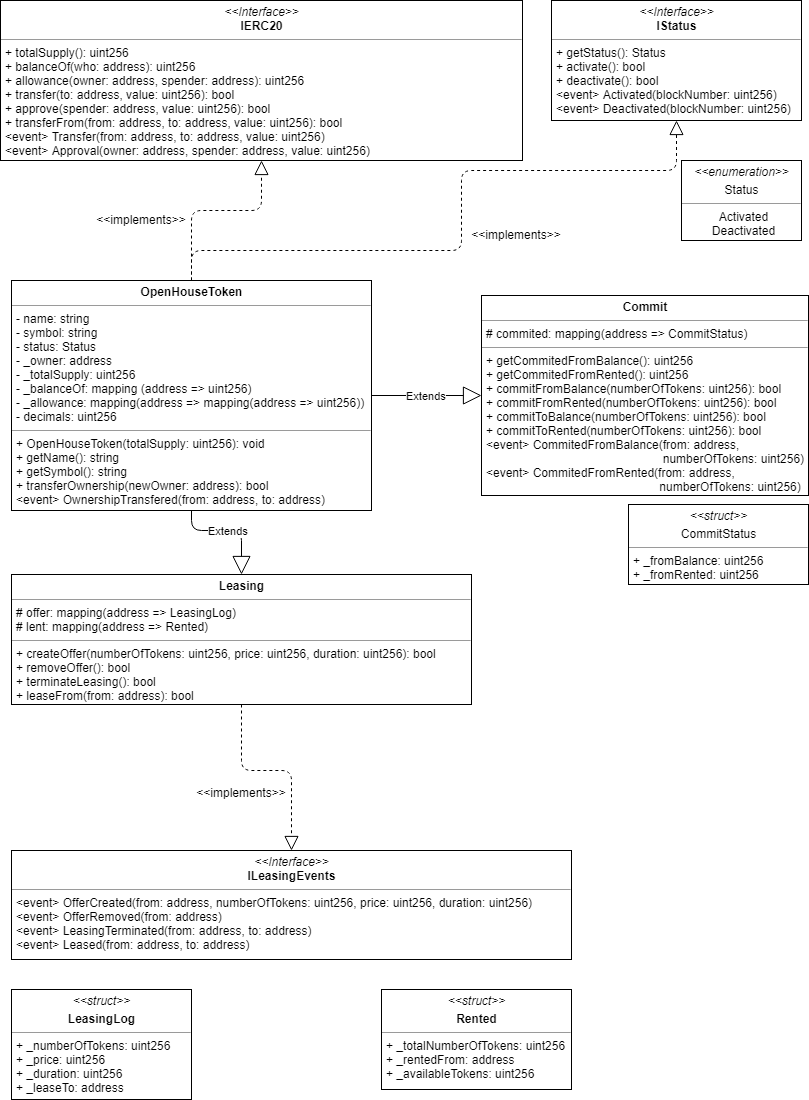
Above: uml/OpenHouseToken/OpenHouseToken.png in gkamtzir/Ethereum-ICO-Diploma-Thesis (draw.io), before the change. Source tidied: cells renumbered, new cells last; positions are measured from the earlier drawing's top-left corner, leaving out a move shared by most shapes.
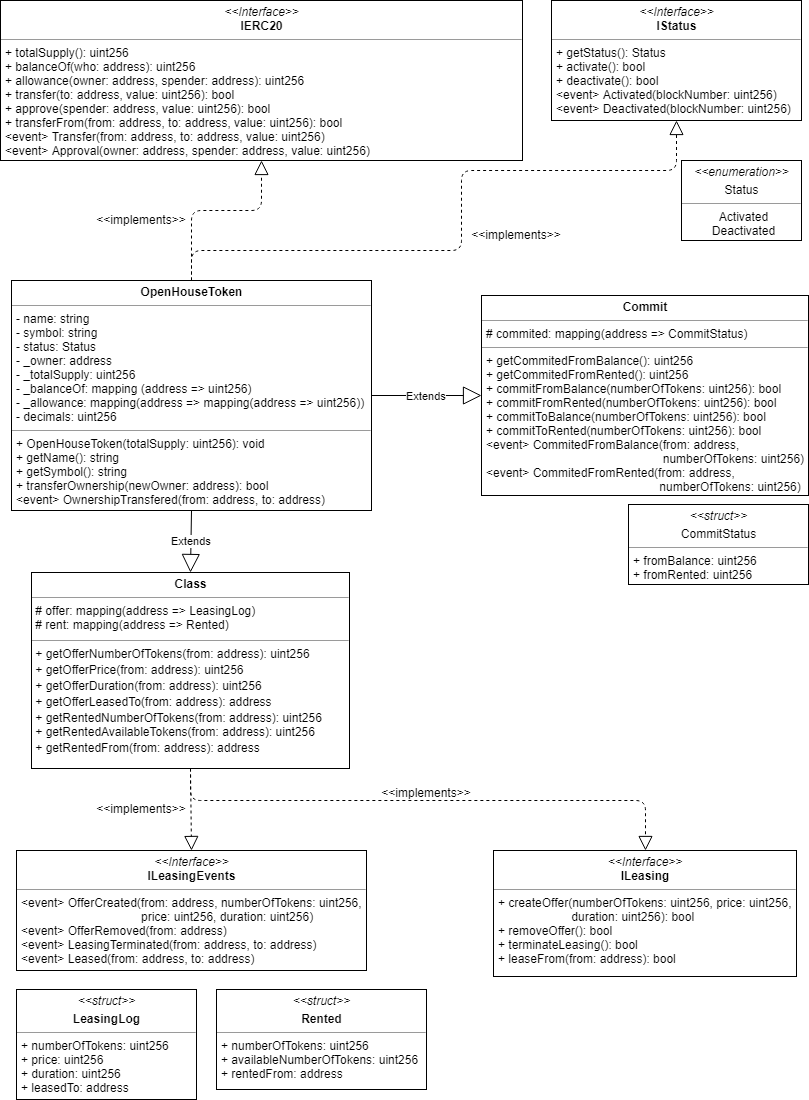
The same file after the commit.

Commit message:
Adjusted uml diagrams to the new standards.

Diff of the diagram source:
```diff
@@ -19,45 +19,26 @@
     <mxCell id="5" value="&lt;&lt;implements&gt;&gt;" style="text;align=center;fontStyle=0;verticalAlign=middle;spacingLeft=3;spacingRight=3;strokeColor=none;" parent="1" vertex="1">
       <mxGeometry x="101" y="207" width="80" height="26" as="geometry" />
     </mxCell>
-    <mxCell id="6" value="&lt;p style=&quot;margin: 0px ; margin-top: 4px ; text-align: center&quot;&gt;&lt;b&gt;Leasing&lt;/b&gt;&lt;/p&gt;&lt;hr size=&quot;1&quot;&gt;&lt;p style=&quot;margin: 0px ; margin-left: 4px&quot;&gt;# offer: mapping(address =&amp;gt; LeasingLog)&lt;/p&gt;&lt;p style=&quot;margin: 0px ; margin-left: 4px&quot;&gt;# lent: mapping(address =&amp;gt; Rented)&lt;/p&gt;&lt;hr size=&quot;1&quot;&gt;&lt;p style=&quot;margin: 0px ; margin-left: 4px&quot;&gt;+ createOffer(numberOfTokens: uint256, price: uint256, duration: uint256): bool&lt;/p&gt;&lt;p style=&quot;margin: 0px ; margin-left: 4px&quot;&gt;+ removeOffer(): bool&lt;/p&gt;&lt;p style=&quot;margin: 0px ; margin-left: 4px&quot;&gt;+ terminateLeasing(): bool&lt;/p&gt;&lt;p style=&quot;margin: 0px ; margin-left: 4px&quot;&gt;+ leaseFrom(from: address): bool&lt;/p&gt;" style="verticalAlign=top;align=left;overflow=fill;fontSize=12;fontFamily=Helvetica;html=1;" parent="1" vertex="1">
-      <mxGeometry x="11" y="574" width="460" height="130" as="geometry" />
-    </mxCell>
-    <mxCell id="7" value="&lt;p style=&quot;margin: 0px ; margin-top: 4px ; text-align: center&quot;&gt;&lt;i&gt;&amp;lt;&amp;lt;struct&amp;gt;&amp;gt;&lt;/i&gt;&lt;br&gt;&lt;/p&gt;&lt;p style=&quot;margin: 0px ; margin-top: 4px ; text-align: center&quot;&gt;&lt;b&gt;LeasingLog&lt;/b&gt;&lt;/p&gt;&lt;hr size=&quot;1&quot;&gt;&lt;p style=&quot;margin: 0px ; margin-left: 4px&quot;&gt;+ _numberOfTokens: uint256&lt;/p&gt;&lt;p style=&quot;margin: 0px ; margin-left: 4px&quot;&gt;+ _price: uint256&lt;/p&gt;&lt;p style=&quot;margin: 0px ; margin-left: 4px&quot;&gt;+ _duration: uint256&lt;/p&gt;&lt;p style=&quot;margin: 0px ; margin-left: 4px&quot;&gt;+ _leaseTo: address&lt;/p&gt;&lt;p style=&quot;margin: 0px ; margin-left: 4px&quot;&gt;&lt;br&gt;&lt;/p&gt;" style="verticalAlign=top;align=left;overflow=fill;fontSize=12;fontFamily=Helvetica;html=1;" parent="1" vertex="1">
-      <mxGeometry x="11" y="989" width="180" height="110" as="geometry" />
+    <mxCell id="7" value="&lt;p style=&quot;margin: 0px ; margin-top: 4px ; text-align: center&quot;&gt;&lt;i&gt;&amp;lt;&amp;lt;struct&amp;gt;&amp;gt;&lt;/i&gt;&lt;br&gt;&lt;/p&gt;&lt;p style=&quot;margin: 0px ; margin-top: 4px ; text-align: center&quot;&gt;&lt;b&gt;LeasingLog&lt;/b&gt;&lt;/p&gt;&lt;hr size=&quot;1&quot;&gt;&lt;p style=&quot;margin: 0px ; margin-left: 4px&quot;&gt;+ numberOfTokens: uint256&lt;/p&gt;&lt;p style=&quot;margin: 0px ; margin-left: 4px&quot;&gt;+ price: uint256&lt;/p&gt;&lt;p style=&quot;margin: 0px ; margin-left: 4px&quot;&gt;+ duration: uint256&lt;/p&gt;&lt;p style=&quot;margin: 0px ; margin-left: 4px&quot;&gt;+ leasedTo: address&lt;/p&gt;&lt;p style=&quot;margin: 0px ; margin-left: 4px&quot;&gt;&lt;br&gt;&lt;/p&gt;" style="verticalAlign=top;align=left;overflow=fill;fontSize=12;fontFamily=Helvetica;html=1;" parent="1" vertex="1">
+      <mxGeometry x="16" y="989" width="180" height="110" as="geometry" />
     </mxCell>
-    <mxCell id="8" value="Extends" style="endArrow=block;endSize=16;endFill=0;html=1;exitX=0.5;exitY=1;exitDx=0;exitDy=0;entryX=0.5;entryY=0;entryDx=0;entryDy=0;" parent="1" edge="1" source="2" target="6">
-      <mxGeometry relative="1" as="geometry">
-        <Array as="points">
-          <mxPoint x="191" y="530" />
-          <mxPoint x="241" y="530" />
-        </Array>
-      </mxGeometry>
-    </mxCell>
-    <mxCell id="9" value="&lt;p style=&quot;margin: 0px ; margin-top: 4px ; text-align: center&quot;&gt;&lt;i&gt;&amp;lt;&amp;lt;Interface&amp;gt;&amp;gt;&lt;/i&gt;&lt;br&gt;&lt;b&gt;ILeasingEvents&lt;/b&gt;&lt;/p&gt;&lt;hr size=&quot;1&quot;&gt;&lt;p style=&quot;margin: 0px ; margin-left: 4px&quot;&gt;&amp;lt;event&amp;gt; OfferCreated(from: address, numberOfTokens: uint256, price: uint256, duration: uint256)&lt;br&gt;&amp;lt;event&amp;gt; OfferRemoved(from: address)&lt;/p&gt;&lt;p style=&quot;margin: 0px ; margin-left: 4px&quot;&gt;&amp;lt;event&amp;gt; LeasingTerminated(from: address, to: address)&lt;/p&gt;&lt;p style=&quot;margin: 0px ; margin-left: 4px&quot;&gt;&amp;lt;event&amp;gt; Leased(from: address, to: address)&lt;/p&gt;" style="verticalAlign=top;align=left;overflow=fill;fontSize=12;fontFamily=Helvetica;html=1;" parent="1" vertex="1">
-      <mxGeometry x="11" y="850" width="560" height="109" as="geometry" />
+    <mxCell id="9" value="&lt;p style=&quot;margin: 0px ; margin-top: 4px ; text-align: center&quot;&gt;&lt;i&gt;&amp;lt;&amp;lt;Interface&amp;gt;&amp;gt;&lt;/i&gt;&lt;br&gt;&lt;b&gt;ILeasingEvents&lt;/b&gt;&lt;/p&gt;&lt;hr size=&quot;1&quot;&gt;&lt;p style=&quot;margin: 0px ; margin-left: 4px&quot;&gt;&amp;lt;event&amp;gt; OfferCreated(from: address, numberOfTokens: uint256,&lt;/p&gt;&lt;p style=&quot;margin: 0px ; margin-left: 4px&quot;&gt;&amp;nbsp; &amp;nbsp; &amp;nbsp; &amp;nbsp; &amp;nbsp; &amp;nbsp; &amp;nbsp; &amp;nbsp; &amp;nbsp; &amp;nbsp; &amp;nbsp; &amp;nbsp; &amp;nbsp; &amp;nbsp; &amp;nbsp; &amp;nbsp; &amp;nbsp; &amp;nbsp; price: uint256, duration: uint256)&lt;br&gt;&amp;lt;event&amp;gt; OfferRemoved(from: address)&lt;/p&gt;&lt;p style=&quot;margin: 0px ; margin-left: 4px&quot;&gt;&amp;lt;event&amp;gt; LeasingTerminated(from: address, to: address)&lt;/p&gt;&lt;p style=&quot;margin: 0px ; margin-left: 4px&quot;&gt;&amp;lt;event&amp;gt; Leased(from: address, to: address)&lt;/p&gt;" style="verticalAlign=top;align=left;overflow=fill;fontSize=12;fontFamily=Helvetica;html=1;" parent="1" vertex="1">
+      <mxGeometry x="16" y="850" width="350" height="120" as="geometry" />
     </mxCell>
-    <mxCell id="10" style="endArrow=block;dashed=1;endFill=0;endSize=12;html=1;exitX=0.5;exitY=1;exitDx=0;exitDy=0;entryX=0.5;entryY=0;entryDx=0;entryDy=0;" parent="1" edge="1" source="6" target="9">
-      <mxGeometry relative="1" as="geometry">
-        <Array as="points">
-          <mxPoint x="241" y="770" />
-          <mxPoint x="291" y="770" />
-        </Array>
-      </mxGeometry>
-    </mxCell>
     <mxCell id="11" value="&lt;p style=&quot;margin: 0px ; margin-top: 4px ; text-align: center&quot;&gt;&lt;b&gt;Commit&lt;/b&gt;&lt;/p&gt;&lt;hr size=&quot;1&quot;&gt;&lt;p style=&quot;margin: 0px ; margin-left: 4px&quot;&gt;# commited: mapping(address =&amp;gt; CommitStatus)&lt;/p&gt;&lt;hr size=&quot;1&quot;&gt;&lt;p style=&quot;margin: 0px ; margin-left: 4px&quot;&gt;+ getCommitedFromBalance(): uint256&lt;br&gt;&lt;/p&gt;&lt;p style=&quot;margin: 0px ; margin-left: 4px&quot;&gt;+ getCommitedFromRented(): uint256&lt;/p&gt;&lt;p style=&quot;margin: 0px ; margin-left: 4px&quot;&gt;+ commitFromBalance(numberOfTokens: uint256): bool&lt;/p&gt;&lt;p style=&quot;margin: 0px ; margin-left: 4px&quot;&gt;+ commitFromRented(numberOfTokens: uint256): bool&lt;/p&gt;&lt;p style=&quot;margin: 0px ; margin-left: 4px&quot;&gt;+ commitToBalance(numberOfTokens: uint256): bool&lt;/p&gt;&lt;p style=&quot;margin: 0px ; margin-left: 4px&quot;&gt;+ commitToRented(numberOfTokens: uint256): bool&lt;/p&gt;&lt;p style=&quot;margin: 0px ; margin-left: 4px&quot;&gt;&amp;lt;event&amp;gt; CommitedFromBalance(from: address,&amp;nbsp;&lt;/p&gt;&lt;p style=&quot;margin: 0px ; margin-left: 4px&quot;&gt;&amp;nbsp; &amp;nbsp; &amp;nbsp; &amp;nbsp; &amp;nbsp; &amp;nbsp; &amp;nbsp; &amp;nbsp; &amp;nbsp; &amp;nbsp; &amp;nbsp; &amp;nbsp; &amp;nbsp; &amp;nbsp; &amp;nbsp; &amp;nbsp; &amp;nbsp; &amp;nbsp; &amp;nbsp; &amp;nbsp; &amp;nbsp; &amp;nbsp; &amp;nbsp; &amp;nbsp; &amp;nbsp; &amp;nbsp; &amp;nbsp;numberOfTokens: uint256)&lt;/p&gt;&lt;p style=&quot;margin: 0px ; margin-left: 4px&quot;&gt;&amp;lt;event&amp;gt; CommitedFromRented(from: address,&lt;br&gt;&amp;nbsp; &amp;nbsp; &amp;nbsp; &amp;nbsp; &amp;nbsp; &amp;nbsp; &amp;nbsp; &amp;nbsp; &amp;nbsp; &amp;nbsp; &amp;nbsp; &amp;nbsp; &amp;nbsp; &amp;nbsp; &amp;nbsp; &amp;nbsp; &amp;nbsp; &amp;nbsp; &amp;nbsp; &amp;nbsp; &amp;nbsp; &amp;nbsp; &amp;nbsp; &amp;nbsp; &amp;nbsp; &amp;nbsp; numberOfTokens: uint256)&lt;/p&gt;" style="verticalAlign=top;align=left;overflow=fill;fontSize=12;fontFamily=Helvetica;html=1;" parent="1" vertex="1">
       <mxGeometry x="481" y="295" width="327" height="200" as="geometry" />
     </mxCell>
-    <mxCell id="12" value="&lt;p style=&quot;margin: 0px ; margin-top: 4px ; text-align: center&quot;&gt;&lt;i&gt;&amp;lt;&amp;lt;struct&amp;gt;&amp;gt;&lt;/i&gt;&lt;br&gt;&lt;/p&gt;&lt;p style=&quot;margin: 0px ; margin-top: 4px ; text-align: center&quot;&gt;&lt;span&gt;CommitStatus&lt;/span&gt;&lt;br&gt;&lt;/p&gt;&lt;hr size=&quot;1&quot;&gt;&lt;p style=&quot;margin: 0px ; margin-left: 4px&quot;&gt;+ _fromBalance: uint256&lt;/p&gt;&lt;p style=&quot;margin: 0px ; margin-left: 4px&quot;&gt;+ _fromRented: uint256&lt;/p&gt;&lt;p style=&quot;margin: 0px ; margin-left: 4px&quot;&gt;&lt;br&gt;&lt;/p&gt;" style="verticalAlign=top;align=left;overflow=fill;fontSize=12;fontFamily=Helvetica;html=1;" parent="1" vertex="1">
+    <mxCell id="12" value="&lt;p style=&quot;margin: 0px ; margin-top: 4px ; text-align: center&quot;&gt;&lt;i&gt;&amp;lt;&amp;lt;struct&amp;gt;&amp;gt;&lt;/i&gt;&lt;br&gt;&lt;/p&gt;&lt;p style=&quot;margin: 0px ; margin-top: 4px ; text-align: center&quot;&gt;&lt;span&gt;CommitStatus&lt;/span&gt;&lt;br&gt;&lt;/p&gt;&lt;hr size=&quot;1&quot;&gt;&lt;p style=&quot;margin: 0px ; margin-left: 4px&quot;&gt;+ fromBalance: uint256&lt;/p&gt;&lt;p style=&quot;margin: 0px ; margin-left: 4px&quot;&gt;+ fromRented: uint256&lt;/p&gt;&lt;p style=&quot;margin: 0px ; margin-left: 4px&quot;&gt;&lt;br&gt;&lt;/p&gt;" style="verticalAlign=top;align=left;overflow=fill;fontSize=12;fontFamily=Helvetica;html=1;" parent="1" vertex="1">
       <mxGeometry x="628" y="504" width="180" height="80" as="geometry" />
     </mxCell>
-    <mxCell id="13" value="&lt;p style=&quot;margin: 0px ; margin-top: 4px ; text-align: center&quot;&gt;&lt;i&gt;&amp;lt;&amp;lt;struct&amp;gt;&amp;gt;&lt;/i&gt;&lt;br&gt;&lt;/p&gt;&lt;p style=&quot;margin: 0px ; margin-top: 4px ; text-align: center&quot;&gt;&lt;b&gt;Rented&lt;/b&gt;&lt;/p&gt;&lt;hr size=&quot;1&quot;&gt;&lt;p style=&quot;margin: 0px ; margin-left: 4px&quot;&gt;+ _totalNumberOfTokens: uint256&lt;/p&gt;&lt;p style=&quot;margin: 0px ; margin-left: 4px&quot;&gt;+ _rentedFrom: address&lt;/p&gt;&lt;p style=&quot;margin: 0px ; margin-left: 4px&quot;&gt;+ _availableTokens: uint256&lt;/p&gt;&lt;p style=&quot;margin: 0px ; margin-left: 4px&quot;&gt;&lt;br&gt;&lt;/p&gt;" style="verticalAlign=top;align=left;overflow=fill;fontSize=12;fontFamily=Helvetica;html=1;" parent="1" vertex="1">
-      <mxGeometry x="381" y="989" width="190" height="100" as="geometry" />
+    <mxCell id="13" value="&lt;p style=&quot;margin: 0px ; margin-top: 4px ; text-align: center&quot;&gt;&lt;i&gt;&amp;lt;&amp;lt;struct&amp;gt;&amp;gt;&lt;/i&gt;&lt;br&gt;&lt;/p&gt;&lt;p style=&quot;margin: 0px ; margin-top: 4px ; text-align: center&quot;&gt;&lt;b&gt;Rented&lt;/b&gt;&lt;/p&gt;&lt;hr size=&quot;1&quot;&gt;&lt;p style=&quot;margin: 0px ; margin-left: 4px&quot;&gt;+ numberOfTokens: uint256&lt;/p&gt;&lt;p style=&quot;margin: 0px ; margin-left: 4px&quot;&gt;+ availableNumberOfTokens: uint256&lt;/p&gt;&lt;p style=&quot;margin: 0px ; margin-left: 4px&quot;&gt;+ rentedFrom: address&lt;/p&gt;&lt;p style=&quot;margin: 0px ; margin-left: 4px&quot;&gt;&lt;br&gt;&lt;/p&gt;" style="verticalAlign=top;align=left;overflow=fill;fontSize=12;fontFamily=Helvetica;html=1;" parent="1" vertex="1">
+      <mxGeometry x="216" y="989" width="210" height="100" as="geometry" />
     </mxCell>
     <mxCell id="14" value="Extends" style="endArrow=block;endSize=16;endFill=0;html=1;exitX=1;exitY=0.5;exitDx=0;exitDy=0;entryX=0;entryY=0.5;entryDx=0;entryDy=0;" parent="1" edge="1" source="2" target="11">
       <mxGeometry relative="1" as="geometry" />
     </mxCell>
     <mxCell id="15" value="&lt;&lt;implements&gt;&gt;" style="text;align=center;fontStyle=0;verticalAlign=middle;spacingLeft=3;spacingRight=3;strokeColor=none;" parent="1" vertex="1">
-      <mxGeometry x="201" y="780" width="80" height="26" as="geometry" />
+      <mxGeometry x="101" y="796" width="80" height="26" as="geometry" />
     </mxCell>
     <mxCell id="16" value="&lt;p style=&quot;margin: 0px ; margin-top: 4px ; text-align: center&quot;&gt;&lt;i&gt;&amp;lt;&amp;lt;Interface&amp;gt;&amp;gt;&lt;/i&gt;&lt;br&gt;&lt;b&gt;IStatus&lt;/b&gt;&lt;/p&gt;&lt;hr size=&quot;1&quot;&gt;&lt;p style=&quot;margin: 0px ; margin-left: 4px&quot;&gt;+ getStatus(): Status&lt;br&gt;+ activate(): bool&lt;/p&gt;&lt;p style=&quot;margin: 0px ; margin-left: 4px&quot;&gt;+ deactivate(): bool&lt;/p&gt;&lt;p style=&quot;margin: 0px ; margin-left: 4px&quot;&gt;&amp;lt;event&amp;gt; Activated(blockNumber: uint256)&lt;/p&gt;&lt;p style=&quot;margin: 0px ; margin-left: 4px&quot;&gt;&amp;lt;event&amp;gt; Deactivated(blockNumber: uint256)&lt;/p&gt;" style="verticalAlign=top;align=left;overflow=fill;fontSize=12;fontFamily=Helvetica;html=1;" parent="1" vertex="1">
       <mxGeometry x="551" width="250" height="120" as="geometry" />
@@ -78,5 +59,28 @@
     <mxCell id="19" value="&lt;&lt;implements&gt;&gt;" style="text;align=center;fontStyle=0;verticalAlign=middle;spacingLeft=3;spacingRight=3;strokeColor=none;" parent="1" vertex="1">
       <mxGeometry x="476" y="222" width="80" height="26" as="geometry" />
     </mxCell>
+    <mxCell id="20" value="&lt;p style=&quot;margin: 0px ; margin-top: 4px ; text-align: center&quot;&gt;&lt;i&gt;&amp;lt;&amp;lt;Interface&amp;gt;&amp;gt;&lt;/i&gt;&lt;br&gt;&lt;b&gt;ILeasing&lt;/b&gt;&lt;/p&gt;&lt;hr size=&quot;1&quot;&gt;&lt;p style=&quot;margin: 0px ; margin-left: 4px&quot;&gt;+ createOffer(numberOfTokens: uint256, price: uint256,&amp;nbsp;&lt;/p&gt;&lt;p style=&quot;margin: 0px ; margin-left: 4px&quot;&gt;&amp;nbsp; &amp;nbsp; &amp;nbsp; &amp;nbsp; &amp;nbsp; &amp;nbsp; &amp;nbsp; &amp;nbsp; &amp;nbsp; &amp;nbsp; &amp;nbsp; duration: uint256): bool&lt;br&gt;&lt;/p&gt;&lt;p style=&quot;margin: 0px ; margin-left: 4px&quot;&gt;+ removeOffer(): bool&lt;br&gt;&lt;/p&gt;&lt;p style=&quot;margin: 0px ; margin-left: 4px&quot;&gt;+ terminateLeasing(): bool&lt;br&gt;&lt;/p&gt;&lt;p style=&quot;margin: 0px ; margin-left: 4px&quot;&gt;+ leaseFrom(from: address): bool&lt;br&gt;&lt;/p&gt;" style="verticalAlign=top;align=left;overflow=fill;fontSize=12;fontFamily=Helvetica;html=1;" parent="1" vertex="1">
+      <mxGeometry x="493" y="850" width="303" height="126" as="geometry" />
+    </mxCell>
+    <mxCell id="21" value="&lt;&lt;implements&gt;&gt;" style="text;align=center;fontStyle=0;verticalAlign=middle;spacingLeft=3;spacingRight=3;strokeColor=none;" parent="1" vertex="1">
+      <mxGeometry x="386" y="780" width="80" height="26" as="geometry" />
+    </mxCell>
+    <mxCell id="22" value="&lt;p style=&quot;margin: 0px ; margin-top: 4px ; text-align: center&quot;&gt;&lt;b&gt;Class&lt;/b&gt;&lt;/p&gt;&lt;hr size=&quot;1&quot;&gt;&amp;nbsp;# offer: mapping(address =&amp;gt; LeasingLog)&lt;br&gt;&amp;nbsp;# rent: mapping(address =&amp;gt; Rented)&lt;br&gt;&lt;div style=&quot;height: 2px&quot;&gt;&lt;br&gt;&lt;/div&gt;&lt;hr size=&quot;1&quot;&gt;&lt;div style=&quot;height: 2px&quot;&gt;&amp;nbsp;+ getOfferNumberOfTokens(from: address): uint256&lt;/div&gt;&lt;div style=&quot;height: 2px&quot;&gt;&lt;br&gt;&lt;/div&gt;&lt;div style=&quot;height: 2px&quot;&gt;&lt;br&gt;&lt;/div&gt;&lt;div style=&quot;height: 2px&quot;&gt;&lt;br&gt;&lt;/div&gt;&lt;div style=&quot;height: 2px&quot;&gt;&lt;br&gt;&lt;/div&gt;&lt;div style=&quot;height: 2px&quot;&gt;&lt;br&gt;&lt;/div&gt;&lt;div style=&quot;height: 2px&quot;&gt;&lt;br&gt;&lt;/div&gt;&lt;div style=&quot;height: 2px&quot;&gt;&lt;br&gt;&lt;/div&gt;&lt;div style=&quot;height: 2px&quot;&gt;&amp;nbsp;+ getOfferPrice(from: address): uint256&lt;/div&gt;&lt;div style=&quot;height: 2px&quot;&gt;&lt;br&gt;&lt;/div&gt;&lt;div style=&quot;height: 2px&quot;&gt;&lt;br&gt;&lt;/div&gt;&lt;div style=&quot;height: 2px&quot;&gt;&lt;br&gt;&lt;/div&gt;&lt;div style=&quot;height: 2px&quot;&gt;&lt;br&gt;&lt;/div&gt;&lt;div style=&quot;height: 2px&quot;&gt;&amp;nbsp;&lt;/div&gt;&lt;div style=&quot;height: 2px&quot;&gt;&lt;br&gt;&lt;/div&gt;&lt;div style=&quot;height: 2px&quot;&gt;&lt;br&gt;&lt;/div&gt;&lt;div style=&quot;height: 2px&quot;&gt;&amp;nbsp;+ getOfferDuration(from: address): uint256&lt;/div&gt;&lt;div style=&quot;height: 2px&quot;&gt;&lt;br&gt;&lt;/div&gt;&lt;div style=&quot;height: 2px&quot;&gt;&lt;br&gt;&lt;/div&gt;&lt;div style=&quot;height: 2px&quot;&gt;&lt;br&gt;&lt;/div&gt;&lt;div style=&quot;height: 2px&quot;&gt;&lt;br&gt;&lt;/div&gt;&lt;div style=&quot;height: 2px&quot;&gt;&lt;br&gt;&lt;/div&gt;&lt;div style=&quot;height: 2px&quot;&gt;&amp;nbsp;&lt;/div&gt;&lt;div style=&quot;height: 2px&quot;&gt;&amp;nbsp;&lt;/div&gt;&lt;div style=&quot;height: 2px&quot;&gt;&amp;nbsp;+ getOfferLeasedTo(from: address): address&lt;/div&gt;&lt;div style=&quot;height: 2px&quot;&gt;&lt;br&gt;&lt;/div&gt;&lt;div style=&quot;height: 2px&quot;&gt;&lt;br&gt;&lt;/div&gt;&lt;div style=&quot;height: 2px&quot;&gt;&lt;br&gt;&lt;/div&gt;&lt;div style=&quot;height: 2px&quot;&gt;&lt;br&gt;&lt;/div&gt;&lt;div style=&quot;height: 2px&quot;&gt;&lt;br&gt;&lt;/div&gt;&lt;div style=&quot;height: 2px&quot;&gt;&amp;nbsp;&lt;/div&gt;&lt;div style=&quot;height: 2px&quot;&gt;&amp;nbsp;&lt;/div&gt;&lt;div style=&quot;height: 2px&quot;&gt;&amp;nbsp;+ getRentedNumberOfTokens(from: address): uint256&lt;/div&gt;&lt;div style=&quot;height: 2px&quot;&gt;&lt;br&gt;&lt;/div&gt;&lt;div style=&quot;height: 2px&quot;&gt;&lt;br&gt;&lt;/div&gt;&lt;div style=&quot;height: 2px&quot;&gt;&lt;br&gt;&lt;/div&gt;&lt;div style=&quot;height: 2px&quot;&gt;&lt;br&gt;&lt;/div&gt;&lt;div style=&quot;height: 2px&quot;&gt;&lt;br&gt;&lt;/div&gt;&lt;div style=&quot;height: 2px&quot;&gt;&amp;nbsp;&lt;/div&gt;&lt;div style=&quot;height: 2px&quot;&gt;&amp;nbsp;+ getRentedAvailableTokens(from: address): uint256&lt;/div&gt;&lt;div style=&quot;height: 2px&quot;&gt;&lt;br&gt;&lt;/div&gt;&lt;div style=&quot;height: 2px&quot;&gt;&lt;br&gt;&lt;/div&gt;&lt;div style=&quot;height: 2px&quot;&gt;&lt;br&gt;&lt;/div&gt;&lt;div style=&quot;height: 2px&quot;&gt;&lt;br&gt;&lt;/div&gt;&lt;div style=&quot;height: 2px&quot;&gt;&lt;br&gt;&lt;/div&gt;&lt;div style=&quot;height: 2px&quot;&gt;&lt;br&gt;&lt;/div&gt;&lt;div style=&quot;height: 2px&quot;&gt;&lt;br&gt;&lt;/div&gt;&lt;div style=&quot;height: 2px&quot;&gt;&amp;nbsp;+ getRentedFrom(from: address): address&lt;/div&gt;" style="verticalAlign=top;align=left;overflow=fill;fontSize=12;fontFamily=Helvetica;html=1;" parent="1" vertex="1">
+      <mxGeometry x="31" y="572" width="318" height="196" as="geometry" />
+    </mxCell>
+    <mxCell id="8" value="Extends" style="endArrow=block;endSize=16;endFill=0;html=1;exitX=0.5;exitY=1;exitDx=0;exitDy=0;entryX=0.5;entryY=0;entryDx=0;entryDy=0;" parent="1" edge="1" source="2" target="22">
+      <mxGeometry relative="1" as="geometry" />
+    </mxCell>
+    <mxCell id="23" style="endArrow=block;dashed=1;endFill=0;endSize=12;html=1;exitX=0.5;exitY=1;exitDx=0;exitDy=0;entryX=0.5;entryY=0;entryDx=0;entryDy=0;" parent="1" edge="1" source="22" target="9">
+      <mxGeometry relative="1" as="geometry" />
+    </mxCell>
+    <mxCell id="24" style="endArrow=block;dashed=1;endFill=0;endSize=12;html=1;exitX=0.5;exitY=1;exitDx=0;exitDy=0;entryX=0.5;entryY=0;entryDx=0;entryDy=0;" parent="1" edge="1" source="22" target="20">
+      <mxGeometry relative="1" as="geometry">
+        <Array as="points">
+          <mxPoint x="190" y="800" />
+          <mxPoint x="645" y="800" />
+        </Array>
+      </mxGeometry>
+    </mxCell>
   </root>
 </mxGraphModel>
```
